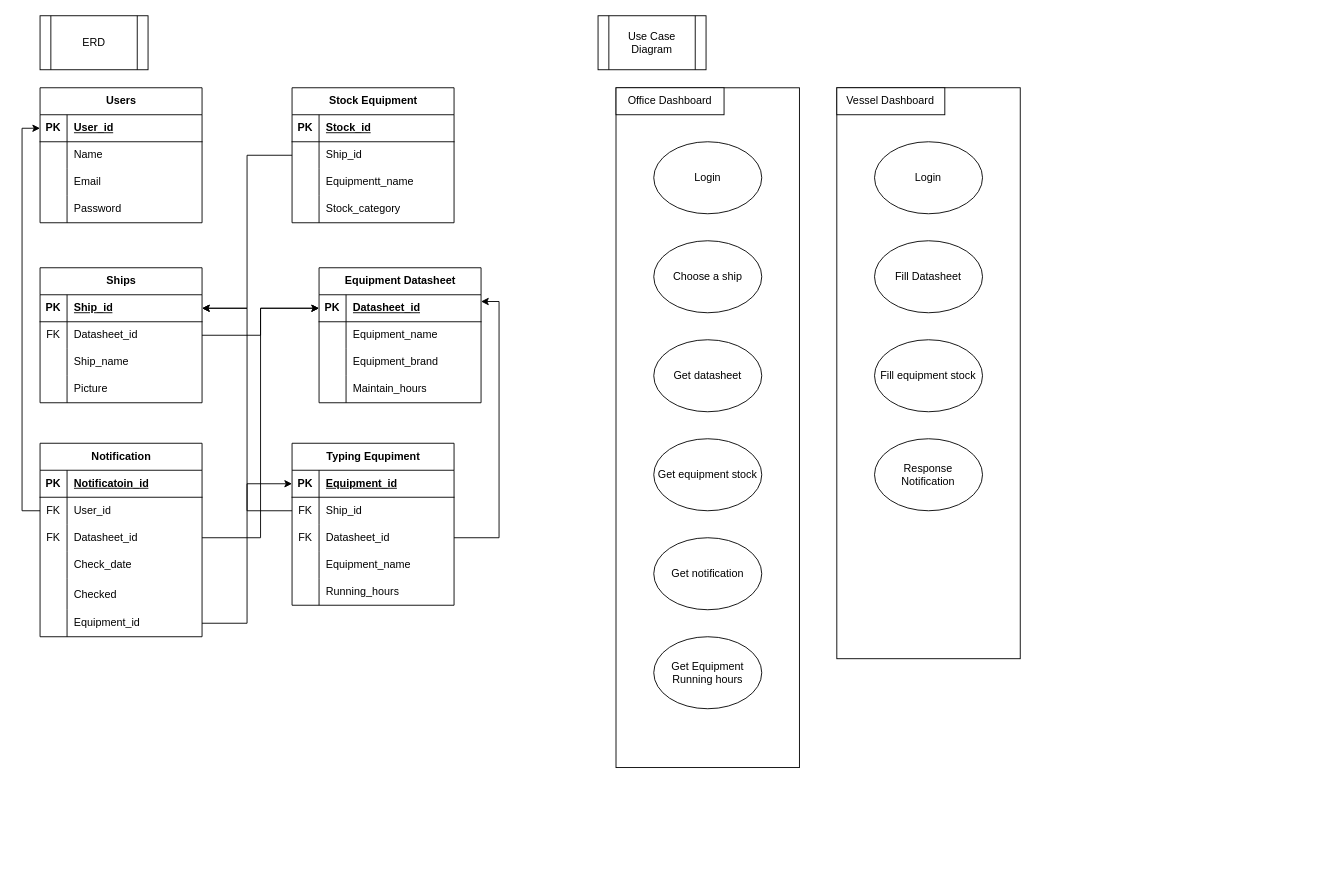
Earlier version of the draw.io diagram src/Assets/Untitled Diagram.drawio (BateraGames/ais-monitoring). Source tidied: cells renumbered, new cells numbered last; positions are measured from the earlier drawing's top-left corner, leaving out a move shared by most shapes. Both pictures are drawn from the tidied source at 90%, with x=0, y=0 at pixel (40, 15).
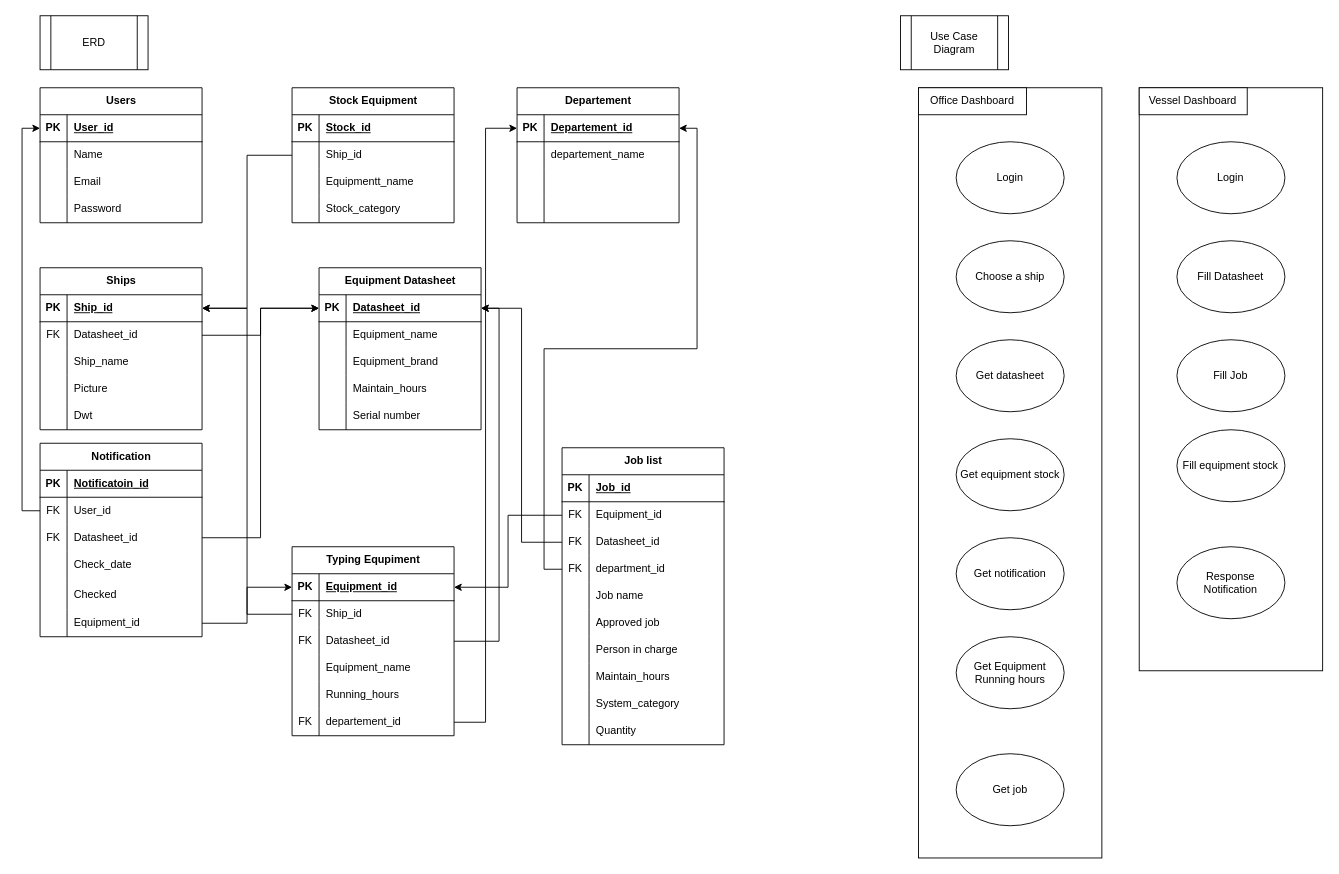
The same page after the edit.

The change refers to these unchanged cells:
```xml
<mxCell id="4" style="shape=tableRow;horizontal=0;startSize=0;swimlaneHead=0;swimlaneBody=0;fillColor=none;points=[[0,0.5],[1,0.5]];portConstraint=eastwest;top=0;left=0;right=0;bottom=1;" parent="3" vertex="1">
  <mxGeometry y="30" width="180" height="30" as="geometry" />
</mxCell>
<mxCell id="75" style="shape=tableRow;horizontal=0;startSize=0;swimlaneHead=0;swimlaneBody=0;fillColor=none;points=[[0,0.5],[1,0.5]];portConstraint=eastwest;top=0;left=0;right=0;bottom=1;" parent="74" vertex="1">
  <mxGeometry y="30" width="180" height="30" as="geometry" />
</mxCell>
```

Diff of the diagram source:
```diff
@@
     <mxCell id="2" style="rounded=0;whiteSpace=wrap;html=1;rotation=90;" parent="1" vertex="1">
-      <mxGeometry x="364.2" y="355.8" width="755.3" height="203.8" as="geometry" />
+      <mxGeometry x="650" y="406" width="855.8" height="203.8" as="geometry" />
     </mxCell>
     <mxCell id="3" value="Equipment Datasheet" style="shape=table;startSize=30;childLayout=tableLayout;rowLines=0;fontStyle=1;align=center;html=1;" parent="1" vertex="1">
-      <mxGeometry x="310" y="280" width="180" height="150" as="geometry" />
+      <mxGeometry x="310" y="280" width="180" height="180" as="geometry" />
     </mxCell>
@@
+    <mxCell id="112" style="shape=tableRow;horizontal=0;startSize=0;swimlaneHead=0;swimlaneBody=0;fillColor=none;top=0;left=0;right=0;bottom=0;" parent="3" vertex="1">
+      <mxGeometry y="150" width="180" height="30" as="geometry" />
+    </mxCell>
+    <mxCell id="113" style="shape=partialRectangle;fillColor=none;top=0;left=0;bottom=0;right=0;overflow=hidden;whiteSpace=wrap;html=1;" parent="112" vertex="1">
+      <mxGeometry width="30" height="30" as="geometry" />
+    </mxCell>
+    <mxCell id="114" value="Serial number" style="shape=partialRectangle;fillColor=none;top=0;left=0;bottom=0;right=0;align=left;spacingLeft=6;overflow=hidden;whiteSpace=wrap;html=1;" parent="112" vertex="1">
+      <mxGeometry x="30" width="150" height="30" as="geometry" />
+    </mxCell>
@@
     <mxCell id="29" value="Ships" style="shape=table;startSize=30;childLayout=tableLayout;rowLines=0;fontStyle=1;align=center;html=1;" parent="1" vertex="1">
-      <mxGeometry y="280" width="180" height="150" as="geometry" />
+      <mxGeometry y="280" width="180" height="180" as="geometry" />
     </mxCell>
@@
+    <mxCell id="115" style="shape=tableRow;horizontal=0;startSize=0;swimlaneHead=0;swimlaneBody=0;fillColor=none;top=0;left=0;right=0;bottom=0;" parent="29" vertex="1">
+      <mxGeometry y="150" width="180" height="30" as="geometry" />
+    </mxCell>
+    <mxCell id="116" style="shape=partialRectangle;fillColor=none;top=0;left=0;bottom=0;right=0;overflow=hidden;whiteSpace=wrap;html=1;" parent="115" vertex="1">
+      <mxGeometry width="30" height="30" as="geometry" />
+    </mxCell>
+    <mxCell id="117" value="Dwt" style="shape=partialRectangle;fillColor=none;top=0;left=0;bottom=0;right=0;align=left;spacingLeft=6;overflow=hidden;whiteSpace=wrap;html=1;" parent="115" vertex="1">
+      <mxGeometry x="30" width="150" height="30" as="geometry" />
+    </mxCell>
@@
     <mxCell id="74" value="Typing Equpiment" style="shape=table;startSize=30;childLayout=tableLayout;rowLines=0;fontStyle=1;align=center;html=1;" parent="1" vertex="1">
-      <mxGeometry x="280" y="475" width="180" height="180" as="geometry" />
+      <mxGeometry x="280" y="590" width="180" height="210" as="geometry" />
     </mxCell>
@@
+    <mxCell id="118" style="shape=tableRow;horizontal=0;startSize=0;swimlaneHead=0;swimlaneBody=0;fillColor=none;points=[[0,0.5],[1,0.5]];portConstraint=eastwest;top=0;left=0;right=0;bottom=0;" parent="74" vertex="1">
+      <mxGeometry y="180" width="180" height="30" as="geometry" />
+    </mxCell>
+    <mxCell id="119" value="FK" style="shape=partialRectangle;fillColor=none;top=0;left=0;bottom=0;right=0;overflow=hidden;whiteSpace=wrap;html=1;" parent="118" vertex="1">
+      <mxGeometry width="30" height="30" as="geometry" />
+    </mxCell>
+    <mxCell id="120" value="departement_id" style="shape=partialRectangle;fillColor=none;top=0;left=0;bottom=0;right=0;align=left;spacingLeft=6;overflow=hidden;whiteSpace=wrap;html=1;" parent="118" vertex="1">
+      <mxGeometry x="30" width="150" height="30" as="geometry" />
+    </mxCell>
@@
     <mxCell id="98" value="Use Case Diagram" style="shape=process;whiteSpace=wrap;html=1;backgroundOutline=1;" parent="1" vertex="1">
-      <mxGeometry x="620" width="120" height="60" as="geometry" />
+      <mxGeometry x="956" width="120" height="60" as="geometry" />
     </mxCell>
     <mxCell id="99" value="Login" style="ellipse;whiteSpace=wrap;html=1;" parent="1" vertex="1">
-      <mxGeometry x="681.9" y="140" width="120" height="80" as="geometry" />
+      <mxGeometry x="1017.9" y="140" width="120" height="80" as="geometry" />
     </mxCell>
     <mxCell id="100" value="Choose a ship&lt;br&gt;" style="ellipse;whiteSpace=wrap;html=1;" parent="1" vertex="1">
-      <mxGeometry x="681.9" y="250" width="120" height="80" as="geometry" />
+      <mxGeometry x="1017.9" y="250" width="120" height="80" as="geometry" />
     </mxCell>
     <mxCell id="101" value="Get datasheet" style="ellipse;whiteSpace=wrap;html=1;" parent="1" vertex="1">
-      <mxGeometry x="681.9" y="360" width="120" height="80" as="geometry" />
+      <mxGeometry x="1017.9" y="360" width="120" height="80" as="geometry" />
     </mxCell>
     <mxCell id="102" value="Get notification" style="ellipse;whiteSpace=wrap;html=1;" parent="1" vertex="1">
-      <mxGeometry x="681.9" y="580" width="120" height="80" as="geometry" />
+      <mxGeometry x="1017.9" y="580" width="120" height="80" as="geometry" />
     </mxCell>
     <mxCell id="103" value="Get equipment stock" style="ellipse;whiteSpace=wrap;html=1;" parent="1" vertex="1">
-      <mxGeometry x="681.9" y="470" width="120" height="80" as="geometry" />
+      <mxGeometry x="1017.9" y="470" width="120" height="80" as="geometry" />
     </mxCell>
     <mxCell id="104" value="Office Dashboard" style="rounded=0;whiteSpace=wrap;html=1;" parent="1" vertex="1">
-      <mxGeometry x="640" y="80" width="120" height="30" as="geometry" />
+      <mxGeometry x="976" y="80" width="120" height="30" as="geometry" />
     </mxCell>
     <mxCell id="105" style="rounded=0;whiteSpace=wrap;html=1;rotation=90;" parent="1" vertex="1">
-      <mxGeometry x="670" y="295.3" width="634.4" height="203.8" as="geometry" />
+      <mxGeometry x="999.3" y="302" width="647.8" height="203.8" as="geometry" />
     </mxCell>
     <mxCell id="106" value="Login" style="ellipse;whiteSpace=wrap;html=1;" parent="1" vertex="1">
-      <mxGeometry x="927.2" y="140" width="120" height="80" as="geometry" />
+      <mxGeometry x="1263.2" y="140" width="120" height="80" as="geometry" />
     </mxCell>
     <mxCell id="107" value="Fill Datasheet" style="ellipse;whiteSpace=wrap;html=1;" parent="1" vertex="1">
-      <mxGeometry x="927.2" y="250" width="120" height="80" as="geometry" />
+      <mxGeometry x="1263.2" y="250" width="120" height="80" as="geometry" />
     </mxCell>
     <mxCell id="108" value="Fill equipment stock" style="ellipse;whiteSpace=wrap;html=1;" parent="1" vertex="1">
-      <mxGeometry x="927.2" y="360" width="120" height="80" as="geometry" />
+      <mxGeometry x="1263.2" y="460" width="120" height="80" as="geometry" />
     </mxCell>
     <mxCell id="109" value="Response&lt;br&gt;Notification" style="ellipse;whiteSpace=wrap;html=1;" parent="1" vertex="1">
-      <mxGeometry x="927.2" y="470" width="120" height="80" as="geometry" />
+      <mxGeometry x="1263.2" y="590" width="120" height="80" as="geometry" />
     </mxCell>
     <mxCell id="110" value="Vessel Dashboard" style="rounded=0;whiteSpace=wrap;html=1;" parent="1" vertex="1">
-      <mxGeometry x="885.3" y="80" width="120" height="30" as="geometry" />
+      <mxGeometry x="1221.3" y="80" width="120" height="30" as="geometry" />
     </mxCell>
     <mxCell id="111" value="Get Equipment Running hours" style="ellipse;whiteSpace=wrap;html=1;" parent="1" vertex="1">
-      <mxGeometry x="681.9" y="690" width="120" height="80" as="geometry" />
+      <mxGeometry x="1017.9" y="690" width="120" height="80" as="geometry" />
     </mxCell>
+    <mxCell id="121" value="Fill Job" style="ellipse;whiteSpace=wrap;html=1;" parent="1" vertex="1">
+      <mxGeometry x="1263.2" y="360" width="120" height="80" as="geometry" />
+    </mxCell>
+    <mxCell id="122" value="Get job" style="ellipse;whiteSpace=wrap;html=1;" parent="1" vertex="1">
+      <mxGeometry x="1017.9" y="820" width="120" height="80" as="geometry" />
+    </mxCell>
+    <mxCell id="123" value="Job list" style="shape=table;startSize=30;childLayout=tableLayout;rowLines=0;fontStyle=1;align=center;html=1;" parent="1" vertex="1">
+      <mxGeometry x="580" y="480" width="180" height="330" as="geometry" />
+    </mxCell>
+    <mxCell id="124" style="shape=tableRow;horizontal=0;startSize=0;swimlaneHead=0;swimlaneBody=0;fillColor=none;top=0;left=0;right=0;bottom=1;" parent="123" vertex="1">
+      <mxGeometry y="30" width="180" height="30" as="geometry" />
+    </mxCell>
+    <mxCell id="125" value="PK" style="shape=partialRectangle;fillColor=none;top=0;left=0;bottom=0;right=0;fontStyle=1;overflow=hidden;whiteSpace=wrap;html=1;" parent="124" vertex="1">
+      <mxGeometry width="30" height="30" as="geometry" />
+    </mxCell>
+    <mxCell id="126" value="Job_id" style="shape=partialRectangle;fillColor=none;top=0;left=0;bottom=0;right=0;align=left;spacingLeft=6;fontStyle=5;overflow=hidden;whiteSpace=wrap;html=1;" parent="124" vertex="1">
+      <mxGeometry x="30" width="150" height="30" as="geometry" />
+    </mxCell>
+    <mxCell id="127" style="shape=tableRow;horizontal=0;startSize=0;swimlaneHead=0;swimlaneBody=0;fillColor=none;points=[[0,0.5],[1,0.5]];portConstraint=eastwest;top=0;left=0;right=0;bottom=0;" parent="123" vertex="1">
+      <mxGeometry y="60" width="180" height="30" as="geometry" />
+    </mxCell>
+    <mxCell id="128" value="FK" style="shape=partialRectangle;fillColor=none;top=0;left=0;bottom=0;right=0;overflow=hidden;whiteSpace=wrap;html=1;" parent="127" vertex="1">
+      <mxGeometry width="30" height="30" as="geometry" />
+    </mxCell>
+    <mxCell id="129" value="Equipment_id" style="shape=partialRectangle;fillColor=none;top=0;left=0;bottom=0;right=0;align=left;spacingLeft=6;overflow=hidden;whiteSpace=wrap;html=1;" parent="127" vertex="1">
+      <mxGeometry x="30" width="150" height="30" as="geometry" />
+    </mxCell>
+    <mxCell id="130" style="shape=tableRow;horizontal=0;startSize=0;swimlaneHead=0;swimlaneBody=0;fillColor=none;points=[[0,0.5],[1,0.5]];portConstraint=eastwest;top=0;left=0;right=0;bottom=0;" parent="123" vertex="1">
+      <mxGeometry y="90" width="180" height="30" as="geometry" />
+    </mxCell>
+    <mxCell id="131" value="FK" style="shape=partialRectangle;fillColor=none;top=0;left=0;bottom=0;right=0;overflow=hidden;whiteSpace=wrap;html=1;" parent="130" vertex="1">
+      <mxGeometry width="30" height="30" as="geometry" />
+    </mxCell>
+    <mxCell id="132" value="Datasheet_id" style="shape=partialRectangle;fillColor=none;top=0;left=0;bottom=0;right=0;align=left;spacingLeft=6;overflow=hidden;whiteSpace=wrap;html=1;" parent="130" vertex="1">
+      <mxGeometry x="30" width="150" height="30" as="geometry" />
+    </mxCell>
+    <mxCell id="133" style="shape=tableRow;horizontal=0;startSize=0;swimlaneHead=0;swimlaneBody=0;fillColor=none;points=[[0,0.5],[1,0.5]];portConstraint=eastwest;top=0;left=0;right=0;bottom=0;" parent="123" vertex="1">
+      <mxGeometry y="120" width="180" height="30" as="geometry" />
+    </mxCell>
+    <mxCell id="134" value="FK" style="shape=partialRectangle;fillColor=none;top=0;left=0;bottom=0;right=0;overflow=hidden;whiteSpace=wrap;html=1;" parent="133" vertex="1">
+      <mxGeometry width="30" height="30" as="geometry" />
+    </mxCell>
+    <mxCell id="135" value="department_id" style="shape=partialRectangle;fillColor=none;top=0;left=0;bottom=0;right=0;align=left;spacingLeft=6;overflow=hidden;whiteSpace=wrap;html=1;" parent="133" vertex="1">
+      <mxGeometry x="30" width="150" height="30" as="geometry" />
+    </mxCell>
+    <mxCell id="136" style="shape=tableRow;horizontal=0;startSize=0;swimlaneHead=0;swimlaneBody=0;fillColor=none;top=0;left=0;right=0;bottom=0;" parent="123" vertex="1">
+      <mxGeometry y="150" width="180" height="30" as="geometry" />
+    </mxCell>
+    <mxCell id="137" style="shape=partialRectangle;fillColor=none;top=0;left=0;bottom=0;right=0;overflow=hidden;whiteSpace=wrap;html=1;" parent="136" vertex="1">
+      <mxGeometry width="30" height="30" as="geometry" />
+    </mxCell>
+    <mxCell id="138" value="Job name" style="shape=partialRectangle;fillColor=none;top=0;left=0;bottom=0;right=0;align=left;spacingLeft=6;overflow=hidden;whiteSpace=wrap;html=1;" parent="136" vertex="1">
+      <mxGeometry x="30" width="150" height="30" as="geometry" />
+    </mxCell>
+    <mxCell id="139" style="shape=tableRow;horizontal=0;startSize=0;swimlaneHead=0;swimlaneBody=0;fillColor=none;top=0;left=0;right=0;bottom=0;" parent="123" vertex="1">
+      <mxGeometry y="180" width="180" height="30" as="geometry" />
+    </mxCell>
+    <mxCell id="140" style="shape=partialRectangle;fillColor=none;top=0;left=0;bottom=0;right=0;overflow=hidden;whiteSpace=wrap;html=1;" parent="139" vertex="1">
+      <mxGeometry width="30" height="30" as="geometry" />
+    </mxCell>
+    <mxCell id="141" value="Approved job" style="shape=partialRectangle;fillColor=none;top=0;left=0;bottom=0;right=0;align=left;spacingLeft=6;overflow=hidden;whiteSpace=wrap;html=1;" parent="139" vertex="1">
+      <mxGeometry x="30" width="150" height="30" as="geometry" />
+    </mxCell>
+    <mxCell id="142" style="shape=tableRow;horizontal=0;startSize=0;swimlaneHead=0;swimlaneBody=0;fillColor=none;top=0;left=0;right=0;bottom=0;" parent="123" vertex="1">
+      <mxGeometry y="210" width="180" height="30" as="geometry" />
+    </mxCell>
+    <mxCell id="143" style="shape=partialRectangle;fillColor=none;top=0;left=0;bottom=0;right=0;overflow=hidden;whiteSpace=wrap;html=1;" parent="142" vertex="1">
+      <mxGeometry width="30" height="30" as="geometry" />
+    </mxCell>
+    <mxCell id="144" value="Person in charge" style="shape=partialRectangle;fillColor=none;top=0;left=0;bottom=0;right=0;align=left;spacingLeft=6;overflow=hidden;whiteSpace=wrap;html=1;" parent="142" vertex="1">
+      <mxGeometry x="30" width="150" height="30" as="geometry" />
+    </mxCell>
+    <mxCell id="145" style="shape=tableRow;horizontal=0;startSize=0;swimlaneHead=0;swimlaneBody=0;fillColor=none;top=0;left=0;right=0;bottom=0;" parent="123" vertex="1">
+      <mxGeometry y="240" width="180" height="30" as="geometry" />
+    </mxCell>
+    <mxCell id="146" style="shape=partialRectangle;fillColor=none;top=0;left=0;bottom=0;right=0;overflow=hidden;whiteSpace=wrap;html=1;" parent="145" vertex="1">
+      <mxGeometry width="30" height="30" as="geometry" />
+    </mxCell>
+    <mxCell id="147" value="Maintain_hours" style="shape=partialRectangle;fillColor=none;top=0;left=0;bottom=0;right=0;align=left;spacingLeft=6;overflow=hidden;whiteSpace=wrap;html=1;" parent="145" vertex="1">
+      <mxGeometry x="30" width="150" height="30" as="geometry" />
+    </mxCell>
+    <mxCell id="148" style="shape=tableRow;horizontal=0;startSize=0;swimlaneHead=0;swimlaneBody=0;fillColor=none;top=0;left=0;right=0;bottom=0;" parent="123" vertex="1">
+      <mxGeometry y="270" width="180" height="30" as="geometry" />
+    </mxCell>
+    <mxCell id="149" style="shape=partialRectangle;fillColor=none;top=0;left=0;bottom=0;right=0;overflow=hidden;whiteSpace=wrap;html=1;" parent="148" vertex="1">
+      <mxGeometry width="30" height="30" as="geometry" />
+    </mxCell>
+    <mxCell id="150" value="System_category" style="shape=partialRectangle;fillColor=none;top=0;left=0;bottom=0;right=0;align=left;spacingLeft=6;overflow=hidden;whiteSpace=wrap;html=1;" parent="148" vertex="1">
+      <mxGeometry x="30" width="150" height="30" as="geometry" />
+    </mxCell>
+    <mxCell id="151" style="shape=tableRow;horizontal=0;startSize=0;swimlaneHead=0;swimlaneBody=0;fillColor=none;top=0;left=0;right=0;bottom=0;" parent="123" vertex="1">
+      <mxGeometry y="300" width="180" height="30" as="geometry" />
+    </mxCell>
+    <mxCell id="152" style="shape=partialRectangle;fillColor=none;top=0;left=0;bottom=0;right=0;overflow=hidden;whiteSpace=wrap;html=1;" parent="151" vertex="1">
+      <mxGeometry width="30" height="30" as="geometry" />
+    </mxCell>
+    <mxCell id="153" value="Quantity" style="shape=partialRectangle;fillColor=none;top=0;left=0;bottom=0;right=0;align=left;spacingLeft=6;overflow=hidden;whiteSpace=wrap;html=1;" parent="151" vertex="1">
+      <mxGeometry x="30" width="150" height="30" as="geometry" />
+    </mxCell>
+    <mxCell id="154" style="edgeStyle=orthogonalEdgeStyle;rounded=0;jettySize=auto;html=1;entryX=1;entryY=0.5;entryDx=0;entryDy=0;" parent="1" edge="1" source="127" target="75">
+      <mxGeometry relative="1" as="geometry" />
+    </mxCell>
+    <mxCell id="155" style="edgeStyle=orthogonalEdgeStyle;rounded=0;jettySize=auto;html=1;entryX=1;entryY=0.5;entryDx=0;entryDy=0;" parent="1" edge="1" source="130" target="4">
+      <mxGeometry relative="1" as="geometry" />
+    </mxCell>
+    <mxCell id="156" value="Departement" style="shape=table;startSize=30;childLayout=tableLayout;rowLines=0;fontStyle=1;align=center;html=1;" parent="1" vertex="1">
+      <mxGeometry x="530" y="80" width="180" height="150" as="geometry" />
+    </mxCell>
+    <mxCell id="157" style="shape=tableRow;horizontal=0;startSize=0;swimlaneHead=0;swimlaneBody=0;fillColor=none;points=[[0,0.5],[1,0.5]];portConstraint=eastwest;top=0;left=0;right=0;bottom=1;" parent="156" vertex="1">
+      <mxGeometry y="30" width="180" height="30" as="geometry" />
+    </mxCell>
+    <mxCell id="158" value="PK" style="shape=partialRectangle;fillColor=none;top=0;left=0;bottom=0;right=0;fontStyle=1;overflow=hidden;whiteSpace=wrap;html=1;" parent="157" vertex="1">
+      <mxGeometry width="30" height="30" as="geometry" />
+    </mxCell>
+    <mxCell id="159" value="Departement_id" style="shape=partialRectangle;fillColor=none;top=0;left=0;bottom=0;right=0;align=left;spacingLeft=6;fontStyle=5;overflow=hidden;whiteSpace=wrap;html=1;" parent="157" vertex="1">
+      <mxGeometry x="30" width="150" height="30" as="geometry" />
+    </mxCell>
+    <mxCell id="160" style="shape=tableRow;horizontal=0;startSize=0;swimlaneHead=0;swimlaneBody=0;fillColor=none;top=0;left=0;right=0;bottom=0;" parent="156" vertex="1">
+      <mxGeometry y="60" width="180" height="30" as="geometry" />
+    </mxCell>
+    <mxCell id="161" style="shape=partialRectangle;fillColor=none;top=0;left=0;bottom=0;right=0;overflow=hidden;whiteSpace=wrap;html=1;" parent="160" vertex="1">
+      <mxGeometry width="30" height="30" as="geometry" />
+    </mxCell>
+    <mxCell id="162" value="departement_name" style="shape=partialRectangle;fillColor=none;top=0;left=0;bottom=0;right=0;align=left;spacingLeft=6;overflow=hidden;whiteSpace=wrap;html=1;" parent="160" vertex="1">
+      <mxGeometry x="30" width="150" height="30" as="geometry" />
+    </mxCell>
+    <mxCell id="163" style="shape=tableRow;horizontal=0;startSize=0;swimlaneHead=0;swimlaneBody=0;fillColor=none;top=0;left=0;right=0;bottom=0;" parent="156" vertex="1">
+      <mxGeometry y="90" width="180" height="30" as="geometry" />
+    </mxCell>
+    <mxCell id="164" style="shape=partialRectangle;fillColor=none;top=0;left=0;bottom=0;right=0;overflow=hidden;whiteSpace=wrap;html=1;" parent="163" vertex="1">
+      <mxGeometry width="30" height="30" as="geometry" />
+    </mxCell>
+    <mxCell id="165" style="shape=partialRectangle;fillColor=none;top=0;left=0;bottom=0;right=0;align=left;spacingLeft=6;overflow=hidden;whiteSpace=wrap;html=1;" parent="163" vertex="1">
+      <mxGeometry x="30" width="150" height="30" as="geometry" />
+    </mxCell>
+    <mxCell id="166" style="shape=tableRow;horizontal=0;startSize=0;swimlaneHead=0;swimlaneBody=0;fillColor=none;top=0;left=0;right=0;bottom=0;" parent="156" vertex="1">
+      <mxGeometry y="120" width="180" height="30" as="geometry" />
+    </mxCell>
+    <mxCell id="167" style="shape=partialRectangle;fillColor=none;top=0;left=0;bottom=0;right=0;overflow=hidden;whiteSpace=wrap;html=1;" parent="166" vertex="1">
+      <mxGeometry width="30" height="30" as="geometry" />
+    </mxCell>
+    <mxCell id="168" style="shape=partialRectangle;fillColor=none;top=0;left=0;bottom=0;right=0;align=left;spacingLeft=6;overflow=hidden;whiteSpace=wrap;html=1;" parent="166" vertex="1">
+      <mxGeometry x="30" width="150" height="30" as="geometry" />
+    </mxCell>
+    <mxCell id="169" style="edgeStyle=orthogonalEdgeStyle;rounded=0;jettySize=auto;html=1;entryX=0;entryY=0.5;entryDx=0;entryDy=0;" parent="1" edge="1" source="118" target="157">
+      <mxGeometry relative="1" as="geometry" />
+    </mxCell>
+    <mxCell id="170" style="edgeStyle=orthogonalEdgeStyle;rounded=0;jettySize=auto;html=1;entryX=1;entryY=0.5;entryDx=0;entryDy=0;" parent="1" edge="1" source="133" target="157">
+      <mxGeometry relative="1" as="geometry" />
+    </mxCell>
```
